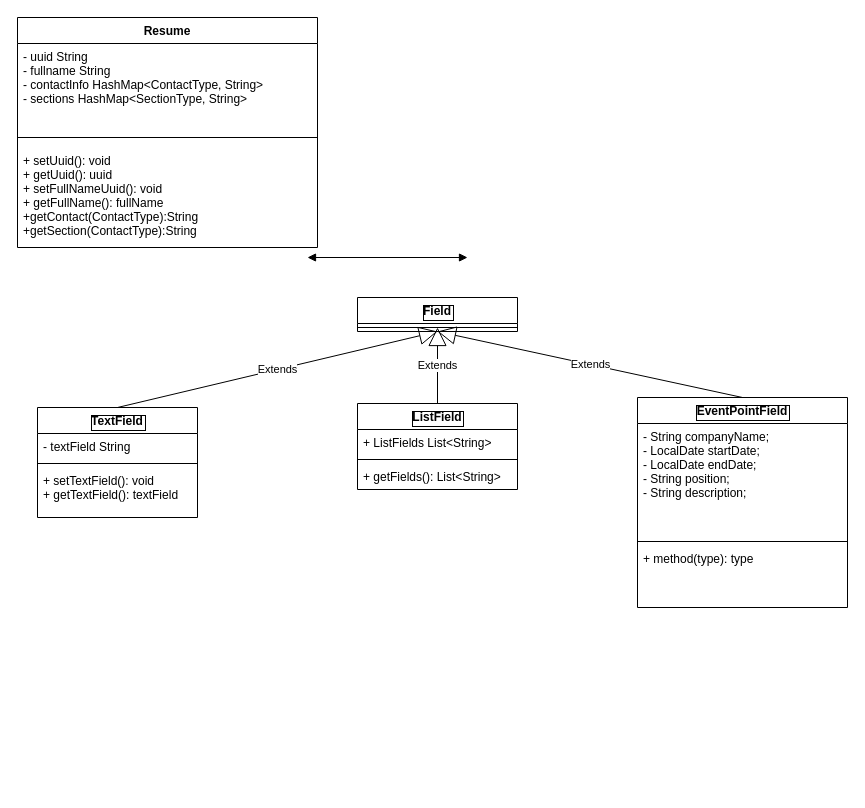
Above: src/com/basejava/webapp/model/Untitled Diagram.drawio in bronekott/basejava (draw.io), before the change. Source tidied: cells renumbered, new cells numbered last; positions are measured from the earlier drawing's top-left corner, leaving out a move shared by most shapes. Both pictures are drawn from the tidied source at 100%, with x=0, y=0 at pixel (17, 17).
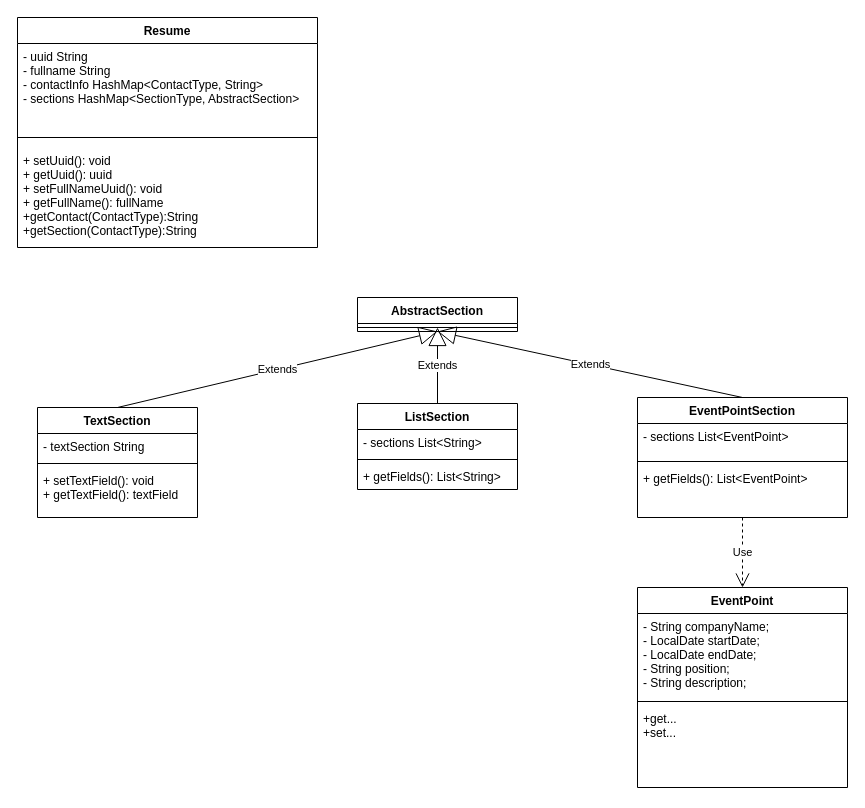
The same page after the edit.

Unchanged cells that the change refers to:
```xml
<mxCell id="2" value="Resume" style="swimlane;fontStyle=1;align=center;verticalAlign=top;horizontal=1;startSize=26;" parent="1" vertex="1">
  <mxGeometry width="300" height="230" as="geometry" />
</mxCell>
```

Diff of the diagram source:
```diff
@@
-    <mxCell id="3" value="- uuid String&#10;- fullname String&#10;- contactInfo HashMap&lt;ContactType, String&gt;&#10;- sections HashMap&lt;SectionType, String&gt;" style="text;strokeColor=none;fillColor=none;align=left;verticalAlign=top;spacingLeft=4;spacingRight=4;overflow=hidden;" parent="2" vertex="1">
+    <mxCell id="3" value="- uuid String&#10;- fullname String&#10;- contactInfo HashMap&lt;ContactType, String&gt;&#10;- sections HashMap&lt;SectionType, AbstractSection&gt;" style="text;strokeColor=none;fillColor=none;align=left;verticalAlign=top;spacingLeft=4;spacingRight=4;overflow=hidden;" parent="2" vertex="1">
       <mxGeometry y="26" width="300" height="84" as="geometry" />
     </mxCell>
@@
-    <mxCell id="6" value="Field" style="swimlane;fontStyle=1;align=center;verticalAlign=top;horizontal=1;startSize=26;labelBorderColor=default;" parent="1" vertex="1">
+    <mxCell id="6" value="AbstractSection" style="swimlane;fontStyle=1;align=center;verticalAlign=top;horizontal=1;startSize=26;labelBorderColor=none;" parent="1" vertex="1">
       <mxGeometry x="340" y="280" width="160" height="34" as="geometry" />
     </mxCell>
@@
-    <mxCell id="8" value="TextField" style="swimlane;fontStyle=1;align=center;verticalAlign=top;horizontal=1;startSize=26;labelBorderColor=default;" parent="1" vertex="1">
+    <mxCell id="8" value="TextSection" style="swimlane;fontStyle=1;align=center;verticalAlign=top;horizontal=1;startSize=26;labelBorderColor=none;" parent="1" vertex="1">
       <mxGeometry x="20" y="390" width="160" height="110" as="geometry" />
     </mxCell>
-    <mxCell id="9" value="- textField String" style="text;strokeColor=none;fillColor=none;align=left;verticalAlign=top;spacingLeft=4;spacingRight=4;overflow=hidden;labelBorderColor=none;" parent="8" vertex="1">
+    <mxCell id="9" value="- textSection String" style="text;strokeColor=none;fillColor=none;align=left;verticalAlign=top;spacingLeft=4;spacingRight=4;overflow=hidden;labelBorderColor=none;" parent="8" vertex="1">
       <mxGeometry y="26" width="160" height="26" as="geometry" />
     </mxCell>
@@
-    <mxCell id="12" value="ListField" style="swimlane;fontStyle=1;align=center;verticalAlign=top;horizontal=1;startSize=26;labelBorderColor=default;" parent="1" vertex="1">
+    <mxCell id="12" value="ListSection" style="swimlane;fontStyle=1;align=center;verticalAlign=top;horizontal=1;startSize=26;labelBorderColor=none;" parent="1" vertex="1">
       <mxGeometry x="340" y="386" width="160" height="86" as="geometry" />
     </mxCell>
-    <mxCell id="13" value="+ ListFields List&lt;String&gt;" style="text;strokeColor=none;fillColor=none;align=left;verticalAlign=top;spacingLeft=4;spacingRight=4;overflow=hidden;labelBorderColor=none;" parent="12" vertex="1">
+    <mxCell id="13" value="- sections List&lt;String&gt;" style="text;strokeColor=none;fillColor=none;align=left;verticalAlign=top;spacingLeft=4;spacingRight=4;overflow=hidden;labelBorderColor=none;" parent="12" vertex="1">
       <mxGeometry y="26" width="160" height="26" as="geometry" />
     </mxCell>
@@
-    <mxCell id="16" value="EventPointField" style="swimlane;fontStyle=1;align=center;verticalAlign=top;horizontal=1;startSize=26;labelBorderColor=default;" parent="1" vertex="1">
-      <mxGeometry x="620" y="380" width="210" height="210" as="geometry" />
+    <mxCell id="16" value="EventPointSection" style="swimlane;fontStyle=1;align=center;verticalAlign=top;horizontal=1;startSize=26;labelBorderColor=none;" parent="1" vertex="1">
+      <mxGeometry x="620" y="380" width="210" height="120" as="geometry" />
     </mxCell>
-    <mxCell id="17" value="- String companyName;&#10;- LocalDate startDate;&#10;- LocalDate endDate;&#10;- String position;&#10;- String description;" style="text;strokeColor=none;fillColor=none;align=left;verticalAlign=top;spacingLeft=4;spacingRight=4;overflow=hidden;labelBorderColor=none;" parent="16" vertex="1">
-      <mxGeometry y="26" width="210" height="114" as="geometry" />
+    <mxCell id="17" value="- sections List&lt;EventPoint&gt;" style="text;strokeColor=none;fillColor=none;align=left;verticalAlign=top;spacingLeft=4;spacingRight=4;overflow=hidden;labelBorderColor=none;" parent="16" vertex="1">
+      <mxGeometry y="26" width="210" height="34" as="geometry" />
     </mxCell>
     <mxCell id="18" style="line;strokeWidth=1;fillColor=none;align=left;verticalAlign=middle;spacingTop=-1;spacingLeft=3;spacingRight=3;labelPosition=right;labelBorderColor=default;" parent="16" vertex="1">
-      <mxGeometry y="140" width="210" height="8" as="geometry" />
+      <mxGeometry y="60" width="210" height="8" as="geometry" />
     </mxCell>
-    <mxCell id="19" value="+ method(type): type" style="text;strokeColor=none;fillColor=none;align=left;verticalAlign=top;spacingLeft=4;spacingRight=4;overflow=hidden;points=[[0,0.5],[1,0.5]];portConstraint=eastwest;labelBorderColor=none;" parent="16" vertex="1">
-      <mxGeometry y="148" width="210" height="62" as="geometry" />
+    <mxCell id="19" value="+ getFields(): List&lt;EventPoint&gt;" style="text;strokeColor=none;fillColor=none;align=left;verticalAlign=top;spacingLeft=4;spacingRight=4;overflow=hidden;points=[[0,0.5],[1,0.5]];portConstraint=eastwest;labelBorderColor=none;" parent="16" vertex="1">
+      <mxGeometry y="68" width="210" height="52" as="geometry" />
     </mxCell>
-    <mxCell id="20" style="endArrow=block;startArrow=block;endFill=1;startFill=1;html=1;rounded=0;" parent="1" edge="1">
-      <mxGeometry relative="1" as="geometry">
-        <mxPoint x="290" y="240" as="sourcePoint" />
-        <mxPoint x="450" y="240" as="targetPoint" />
-      </mxGeometry>
-    </mxCell>
@@
+    <mxCell id="24" value="EventPoint" style="swimlane;fontStyle=1;align=center;verticalAlign=top;horizontal=1;startSize=26;labelBorderColor=none;" parent="1" vertex="1">
+      <mxGeometry x="620" y="570" width="210" height="200" as="geometry" />
+    </mxCell>
+    <mxCell id="25" value="- String companyName;&#10;- LocalDate startDate;&#10;- LocalDate endDate;&#10;- String position;&#10;- String description;" style="text;strokeColor=none;fillColor=none;align=left;verticalAlign=top;spacingLeft=4;spacingRight=4;overflow=hidden;labelBorderColor=none;" parent="24" vertex="1">
+      <mxGeometry y="26" width="210" height="84" as="geometry" />
+    </mxCell>
+    <mxCell id="26" style="line;strokeWidth=1;fillColor=none;align=left;verticalAlign=middle;spacingTop=-1;spacingLeft=3;spacingRight=3;labelPosition=right;labelBorderColor=none;" parent="24" vertex="1">
+      <mxGeometry y="110" width="210" height="8" as="geometry" />
+    </mxCell>
+    <mxCell id="27" value="+get...&#10;+set...&#10;" style="text;strokeColor=none;fillColor=none;align=left;verticalAlign=top;spacingLeft=4;spacingRight=4;overflow=hidden;labelBorderColor=none;" parent="24" vertex="1">
+      <mxGeometry y="118" width="210" height="82" as="geometry" />
+    </mxCell>
+    <mxCell id="28" value="Use" style="endArrow=open;endSize=12;dashed=1;html=1;rounded=0;entryX=0.5;entryY=0;entryDx=0;entryDy=0;" parent="1" edge="1" source="19" target="24">
+      <mxGeometry relative="1" as="geometry" />
+    </mxCell>
```
